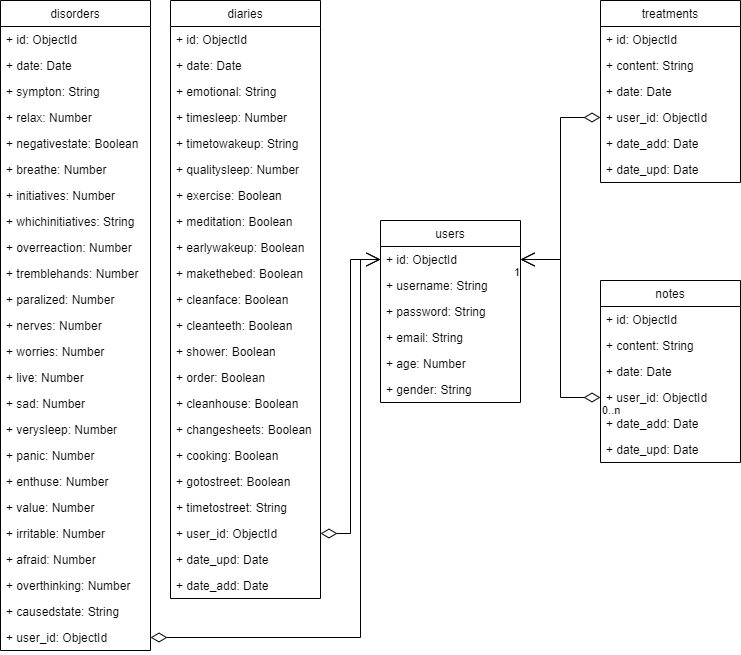
Above: staff/noelia-saura/fullstack/project/inmymind-doc/images/Data-model.png in manuelbarzi/neoland-bootcamp-202109 (draw.io), before the change. Source tidied: cells renumbered, new cells last; positions are measured from the earlier drawing's top-left corner, leaving out a move shared by most shapes. Its diagram source:
```xml
<mxGraphModel>
  <root>
    <mxCell id="0" />
    <mxCell id="1" parent="0" />
    <mxCell id="2" value="users" style="swimlane;fontStyle=0;horizontal=1;startSize=26;fillColor=none;" parent="1" vertex="1">
      <mxGeometry x="380" y="220" width="140" height="182" as="geometry" />
    </mxCell>
    <mxCell id="3" value="+ id: ObjectId" style="text;strokeColor=none;fillColor=none;align=left;verticalAlign=top;spacingLeft=4;spacingRight=4;overflow=hidden;points=[[0,0.5],[1,0.5]];portConstraint=eastwest;" parent="2" vertex="1">
      <mxGeometry y="26" width="140" height="26" as="geometry" />
    </mxCell>
    <mxCell id="4" value="+ username: String" style="text;strokeColor=none;fillColor=none;align=left;verticalAlign=top;spacingLeft=4;spacingRight=4;overflow=hidden;" parent="2" vertex="1">
      <mxGeometry y="52" width="140" height="26" as="geometry" />
    </mxCell>
    <mxCell id="5" value="+ password: String" style="text;strokeColor=none;fillColor=none;align=left;verticalAlign=top;spacingLeft=4;spacingRight=4;overflow=hidden;" parent="2" vertex="1">
      <mxGeometry y="78" width="140" height="26" as="geometry" />
    </mxCell>
    <mxCell id="6" value="+ email: String" style="text;strokeColor=none;fillColor=none;align=left;verticalAlign=top;spacingLeft=4;spacingRight=4;overflow=hidden;" parent="2" vertex="1">
      <mxGeometry y="104" width="140" height="26" as="geometry" />
    </mxCell>
    <mxCell id="7" value="+ age: Number" style="text;strokeColor=none;fillColor=none;align=left;verticalAlign=top;spacingLeft=4;spacingRight=4;overflow=hidden;" parent="2" vertex="1">
      <mxGeometry y="130" width="140" height="26" as="geometry" />
    </mxCell>
    <mxCell id="8" value="+ gender: String" style="text;strokeColor=none;fillColor=none;align=left;verticalAlign=top;spacingLeft=4;spacingRight=4;overflow=hidden;" parent="2" vertex="1">
      <mxGeometry y="156" width="140" height="26" as="geometry" />
    </mxCell>
    <mxCell id="9" value="treatments" style="swimlane;fontStyle=0;horizontal=1;startSize=26;fillColor=none;" parent="1" vertex="1">
      <mxGeometry x="600" width="140" height="182" as="geometry" />
    </mxCell>
    <mxCell id="10" value="+ id: ObjectId" style="text;strokeColor=none;fillColor=none;align=left;verticalAlign=top;spacingLeft=4;spacingRight=4;overflow=hidden;" parent="9" vertex="1">
      <mxGeometry y="26" width="140" height="26" as="geometry" />
    </mxCell>
    <mxCell id="11" value="+ content: String" style="text;strokeColor=none;fillColor=none;align=left;verticalAlign=top;spacingLeft=4;spacingRight=4;overflow=hidden;" parent="9" vertex="1">
      <mxGeometry y="52" width="140" height="26" as="geometry" />
    </mxCell>
    <mxCell id="12" value="+ date: Date" style="text;strokeColor=none;fillColor=none;align=left;verticalAlign=top;spacingLeft=4;spacingRight=4;overflow=hidden;" parent="9" vertex="1">
      <mxGeometry y="78" width="140" height="26" as="geometry" />
    </mxCell>
    <mxCell id="13" value="+ user_id: ObjectId" style="text;strokeColor=none;fillColor=none;align=left;verticalAlign=top;spacingLeft=4;spacingRight=4;overflow=hidden;points=[[0,0.5],[1,0.5]];portConstraint=eastwest;" parent="9" vertex="1">
      <mxGeometry y="104" width="140" height="26" as="geometry" />
    </mxCell>
    <mxCell id="14" value="+ date_add: Date" style="text;strokeColor=none;fillColor=none;align=left;verticalAlign=top;spacingLeft=4;spacingRight=4;overflow=hidden;" parent="9" vertex="1">
      <mxGeometry y="130" width="140" height="26" as="geometry" />
    </mxCell>
    <mxCell id="15" value="+ date_upd: Date" style="text;strokeColor=none;fillColor=none;align=left;verticalAlign=top;spacingLeft=4;spacingRight=4;overflow=hidden;" parent="9" vertex="1">
      <mxGeometry y="156" width="140" height="26" as="geometry" />
    </mxCell>
    <mxCell id="16" value="notes" style="swimlane;fontStyle=0;horizontal=1;startSize=26;fillColor=none;" parent="1" vertex="1">
      <mxGeometry x="600" y="280" width="140" height="182" as="geometry" />
    </mxCell>
    <mxCell id="17" value="+ id: ObjectId" style="text;strokeColor=none;fillColor=none;align=left;verticalAlign=top;spacingLeft=4;spacingRight=4;overflow=hidden;" parent="16" vertex="1">
      <mxGeometry y="26" width="140" height="26" as="geometry" />
    </mxCell>
    <mxCell id="18" value="+ content: String" style="text;strokeColor=none;fillColor=none;align=left;verticalAlign=top;spacingLeft=4;spacingRight=4;overflow=hidden;" parent="16" vertex="1">
      <mxGeometry y="52" width="140" height="26" as="geometry" />
    </mxCell>
    <mxCell id="19" value="+ date: Date" style="text;strokeColor=none;fillColor=none;align=left;verticalAlign=top;spacingLeft=4;spacingRight=4;overflow=hidden;" parent="16" vertex="1">
      <mxGeometry y="78" width="140" height="26" as="geometry" />
    </mxCell>
    <mxCell id="20" value="+ user_id: ObjectId" style="text;strokeColor=none;fillColor=none;align=left;verticalAlign=top;spacingLeft=4;spacingRight=4;overflow=hidden;points=[[0,0.5],[1,0.5]];portConstraint=eastwest;" parent="16" vertex="1">
      <mxGeometry y="104" width="140" height="26" as="geometry" />
    </mxCell>
    <mxCell id="21" value="+ date_add: Date" style="text;strokeColor=none;fillColor=none;align=left;verticalAlign=top;spacingLeft=4;spacingRight=4;overflow=hidden;" parent="16" vertex="1">
      <mxGeometry y="130" width="140" height="26" as="geometry" />
    </mxCell>
    <mxCell id="22" value="+ date_upd: Date" style="text;strokeColor=none;fillColor=none;align=left;verticalAlign=top;spacingLeft=4;spacingRight=4;overflow=hidden;" parent="16" vertex="1">
      <mxGeometry y="156" width="140" height="26" as="geometry" />
    </mxCell>
    <mxCell id="23" value="diaries" style="swimlane;fontStyle=0;horizontal=1;startSize=26;fillColor=none;" parent="1" vertex="1">
      <mxGeometry x="170" width="150" height="598" as="geometry" />
    </mxCell>
    <mxCell id="24" value="+ id: ObjectId" style="text;strokeColor=none;fillColor=none;align=left;verticalAlign=top;spacingLeft=4;spacingRight=4;overflow=hidden;" parent="23" vertex="1">
      <mxGeometry y="26" width="150" height="26" as="geometry" />
    </mxCell>
    <mxCell id="25" value="+ date: Date" style="text;strokeColor=none;fillColor=none;align=left;verticalAlign=top;spacingLeft=4;spacingRight=4;overflow=hidden;" parent="23" vertex="1">
      <mxGeometry y="52" width="150" height="26" as="geometry" />
    </mxCell>
    <mxCell id="26" value="+ emotional: String" style="text;strokeColor=none;fillColor=none;align=left;verticalAlign=top;spacingLeft=4;spacingRight=4;overflow=hidden;" parent="23" vertex="1">
      <mxGeometry y="78" width="150" height="26" as="geometry" />
    </mxCell>
    <mxCell id="27" value="+ timesleep: Number" style="text;strokeColor=none;fillColor=none;align=left;verticalAlign=top;spacingLeft=4;spacingRight=4;overflow=hidden;" parent="23" vertex="1">
      <mxGeometry y="104" width="150" height="26" as="geometry" />
    </mxCell>
    <mxCell id="28" value="+ timetowakeup: String" style="text;strokeColor=none;fillColor=none;align=left;verticalAlign=top;spacingLeft=4;spacingRight=4;overflow=hidden;" parent="23" vertex="1">
      <mxGeometry y="130" width="150" height="26" as="geometry" />
    </mxCell>
    <mxCell id="29" value="+ qualitysleep: Number" style="text;strokeColor=none;fillColor=none;align=left;verticalAlign=top;spacingLeft=4;spacingRight=4;overflow=hidden;" parent="23" vertex="1">
      <mxGeometry y="156" width="150" height="26" as="geometry" />
    </mxCell>
    <mxCell id="30" value="+ exercise: Boolean" style="text;strokeColor=none;fillColor=none;align=left;verticalAlign=top;spacingLeft=4;spacingRight=4;overflow=hidden;" parent="23" vertex="1">
      <mxGeometry y="182" width="150" height="26" as="geometry" />
    </mxCell>
    <mxCell id="31" value="+ meditation: Boolean" style="text;strokeColor=none;fillColor=none;align=left;verticalAlign=top;spacingLeft=4;spacingRight=4;overflow=hidden;" parent="23" vertex="1">
      <mxGeometry y="208" width="150" height="26" as="geometry" />
    </mxCell>
    <mxCell id="32" value="+ earlywakeup: Boolean" style="text;strokeColor=none;fillColor=none;align=left;verticalAlign=top;spacingLeft=4;spacingRight=4;overflow=hidden;" parent="23" vertex="1">
      <mxGeometry y="234" width="150" height="26" as="geometry" />
    </mxCell>
    <mxCell id="33" value="+ makethebed: Boolean" style="text;strokeColor=none;fillColor=none;align=left;verticalAlign=top;spacingLeft=4;spacingRight=4;overflow=hidden;" parent="23" vertex="1">
      <mxGeometry y="260" width="150" height="26" as="geometry" />
    </mxCell>
    <mxCell id="34" value="+ cleanface: Boolean" style="text;strokeColor=none;fillColor=none;align=left;verticalAlign=top;spacingLeft=4;spacingRight=4;overflow=hidden;" parent="23" vertex="1">
      <mxGeometry y="286" width="150" height="26" as="geometry" />
    </mxCell>
    <mxCell id="35" value="+ cleanteeth: Boolean" style="text;strokeColor=none;fillColor=none;align=left;verticalAlign=top;spacingLeft=4;spacingRight=4;overflow=hidden;" parent="23" vertex="1">
      <mxGeometry y="312" width="150" height="26" as="geometry" />
    </mxCell>
    <mxCell id="36" value="+ shower: Boolean" style="text;strokeColor=none;fillColor=none;align=left;verticalAlign=top;spacingLeft=4;spacingRight=4;overflow=hidden;" parent="23" vertex="1">
      <mxGeometry y="338" width="150" height="26" as="geometry" />
    </mxCell>
    <mxCell id="37" value="+ order: Boolean" style="text;strokeColor=none;fillColor=none;align=left;verticalAlign=top;spacingLeft=4;spacingRight=4;overflow=hidden;" parent="23" vertex="1">
      <mxGeometry y="364" width="150" height="26" as="geometry" />
    </mxCell>
    <mxCell id="38" value="+ cleanhouse: Boolean" style="text;strokeColor=none;fillColor=none;align=left;verticalAlign=top;spacingLeft=4;spacingRight=4;overflow=hidden;" parent="23" vertex="1">
      <mxGeometry y="390" width="150" height="26" as="geometry" />
    </mxCell>
    <mxCell id="39" value="+ changesheets: Boolean" style="text;strokeColor=none;fillColor=none;align=left;verticalAlign=top;spacingLeft=4;spacingRight=4;overflow=hidden;" parent="23" vertex="1">
      <mxGeometry y="416" width="150" height="26" as="geometry" />
    </mxCell>
    <mxCell id="40" value="+ cooking: Boolean" style="text;strokeColor=none;fillColor=none;align=left;verticalAlign=top;spacingLeft=4;spacingRight=4;overflow=hidden;" parent="23" vertex="1">
      <mxGeometry y="442" width="150" height="26" as="geometry" />
    </mxCell>
    <mxCell id="41" value="+ gotostreet: Boolean" style="text;strokeColor=none;fillColor=none;align=left;verticalAlign=top;spacingLeft=4;spacingRight=4;overflow=hidden;" parent="23" vertex="1">
      <mxGeometry y="468" width="150" height="26" as="geometry" />
    </mxCell>
    <mxCell id="42" value="+ timetostreet: String" style="text;strokeColor=none;fillColor=none;align=left;verticalAlign=top;spacingLeft=4;spacingRight=4;overflow=hidden;" parent="23" vertex="1">
      <mxGeometry y="494" width="150" height="26" as="geometry" />
    </mxCell>
    <mxCell id="43" value="+ user_id: ObjectId" style="text;strokeColor=none;fillColor=none;align=left;verticalAlign=top;spacingLeft=4;spacingRight=4;overflow=hidden;points=[[0,0.5],[1,0.5]];portConstraint=eastwest;" parent="23" vertex="1">
      <mxGeometry y="520" width="150" height="26" as="geometry" />
    </mxCell>
    <mxCell id="44" value="+ date_upd: Date" style="text;strokeColor=none;fillColor=none;align=left;verticalAlign=top;spacingLeft=4;spacingRight=4;overflow=hidden;" parent="23" vertex="1">
      <mxGeometry y="546" width="150" height="26" as="geometry" />
    </mxCell>
    <mxCell id="45" value="+ date_add: Date" style="text;strokeColor=none;fillColor=none;align=left;verticalAlign=top;spacingLeft=4;spacingRight=4;overflow=hidden;" parent="23" vertex="1">
      <mxGeometry y="572" width="150" height="26" as="geometry" />
    </mxCell>
    <mxCell id="46" style="endArrow=open;html=1;endSize=12;startArrow=diamondThin;startSize=14;startFill=0;edgeStyle=orthogonalEdgeStyle;rounded=0;" parent="1" edge="1" source="43" target="3">
      <mxGeometry relative="1" as="geometry" />
    </mxCell>
    <mxCell id="47" style="endArrow=open;html=1;endSize=12;startArrow=diamondThin;startSize=14;startFill=0;edgeStyle=orthogonalEdgeStyle;rounded=0;" parent="1" edge="1" source="20" target="3">
      <mxGeometry x="-0.01" y="22" relative="1" as="geometry" />
    </mxCell>
    <mxCell id="48" value="0..n" style="edgeLabel;html=1;align=left;verticalAlign=top;" parent="47" vertex="1">
      <mxGeometry x="-1" relative="1" as="geometry" />
    </mxCell>
    <mxCell id="49" value="1" style="edgeLabel;html=1;align=right;verticalAlign=top;" parent="47" vertex="1">
      <mxGeometry x="1" relative="1" as="geometry" />
    </mxCell>
    <mxCell id="50" style="endArrow=open;html=1;endSize=12;startArrow=diamondThin;startSize=14;startFill=0;edgeStyle=orthogonalEdgeStyle;rounded=0;" parent="1" edge="1" source="13" target="3">
      <mxGeometry relative="1" as="geometry" />
    </mxCell>
    <mxCell id="51" value="disorders" style="swimlane;fontStyle=0;horizontal=1;startSize=26;fillColor=none;" parent="1" vertex="1">
      <mxGeometry width="150" height="650" as="geometry" />
    </mxCell>
    <mxCell id="52" value="+ id: ObjectId" style="text;strokeColor=none;fillColor=none;align=left;verticalAlign=top;spacingLeft=4;spacingRight=4;overflow=hidden;" parent="51" vertex="1">
      <mxGeometry y="26" width="150" height="26" as="geometry" />
    </mxCell>
    <mxCell id="53" value="+ date: Date" style="text;strokeColor=none;fillColor=none;align=left;verticalAlign=top;spacingLeft=4;spacingRight=4;overflow=hidden;" parent="51" vertex="1">
      <mxGeometry y="52" width="150" height="26" as="geometry" />
    </mxCell>
    <mxCell id="54" value="+ sympton: String" style="text;strokeColor=none;fillColor=none;align=left;verticalAlign=top;spacingLeft=4;spacingRight=4;overflow=hidden;" parent="51" vertex="1">
      <mxGeometry y="78" width="150" height="26" as="geometry" />
    </mxCell>
    <mxCell id="55" value="+ relax: Number" style="text;strokeColor=none;fillColor=none;align=left;verticalAlign=top;spacingLeft=4;spacingRight=4;overflow=hidden;" parent="51" vertex="1">
      <mxGeometry y="104" width="150" height="26" as="geometry" />
    </mxCell>
    <mxCell id="56" value="+ negativestate: Boolean" style="text;strokeColor=none;fillColor=none;align=left;verticalAlign=top;spacingLeft=4;spacingRight=4;overflow=hidden;" parent="51" vertex="1">
      <mxGeometry y="130" width="150" height="26" as="geometry" />
    </mxCell>
    <mxCell id="57" value="+ breathe: Number" style="text;strokeColor=none;fillColor=none;align=left;verticalAlign=top;spacingLeft=4;spacingRight=4;overflow=hidden;" parent="51" vertex="1">
      <mxGeometry y="156" width="150" height="26" as="geometry" />
    </mxCell>
    <mxCell id="58" value="+ initiatives: Number" style="text;strokeColor=none;fillColor=none;align=left;verticalAlign=top;spacingLeft=4;spacingRight=4;overflow=hidden;" parent="51" vertex="1">
      <mxGeometry y="182" width="150" height="26" as="geometry" />
    </mxCell>
    <mxCell id="59" value="+ whichinitiatives: String" style="text;strokeColor=none;fillColor=none;align=left;verticalAlign=top;spacingLeft=4;spacingRight=4;overflow=hidden;" parent="51" vertex="1">
      <mxGeometry y="208" width="150" height="26" as="geometry" />
    </mxCell>
    <mxCell id="60" value="+ overreaction: Number" style="text;strokeColor=none;fillColor=none;align=left;verticalAlign=top;spacingLeft=4;spacingRight=4;overflow=hidden;" parent="51" vertex="1">
      <mxGeometry y="234" width="150" height="26" as="geometry" />
    </mxCell>
    <mxCell id="61" value="+ tremblehands: Number" style="text;strokeColor=none;fillColor=none;align=left;verticalAlign=top;spacingLeft=4;spacingRight=4;overflow=hidden;" parent="51" vertex="1">
      <mxGeometry y="260" width="150" height="26" as="geometry" />
    </mxCell>
    <mxCell id="62" value="+ paralized: Number" style="text;strokeColor=none;fillColor=none;align=left;verticalAlign=top;spacingLeft=4;spacingRight=4;overflow=hidden;" parent="51" vertex="1">
      <mxGeometry y="286" width="150" height="26" as="geometry" />
    </mxCell>
    <mxCell id="63" value="+ nerves: Number" style="text;strokeColor=none;fillColor=none;align=left;verticalAlign=top;spacingLeft=4;spacingRight=4;overflow=hidden;" parent="51" vertex="1">
      <mxGeometry y="312" width="150" height="26" as="geometry" />
    </mxCell>
    <mxCell id="64" value="+ worries: Number" style="text;strokeColor=none;fillColor=none;align=left;verticalAlign=top;spacingLeft=4;spacingRight=4;overflow=hidden;" parent="51" vertex="1">
      <mxGeometry y="338" width="150" height="26" as="geometry" />
    </mxCell>
    <mxCell id="65" value="+ live: Number" style="text;strokeColor=none;fillColor=none;align=left;verticalAlign=top;spacingLeft=4;spacingRight=4;overflow=hidden;" parent="51" vertex="1">
      <mxGeometry y="364" width="150" height="26" as="geometry" />
    </mxCell>
    <mxCell id="66" value="+ sad: Number" style="text;strokeColor=none;fillColor=none;align=left;verticalAlign=top;spacingLeft=4;spacingRight=4;overflow=hidden;" parent="51" vertex="1">
      <mxGeometry y="390" width="150" height="26" as="geometry" />
    </mxCell>
    <mxCell id="67" value="+ verysleep: Number" style="text;strokeColor=none;fillColor=none;align=left;verticalAlign=top;spacingLeft=4;spacingRight=4;overflow=hidden;" parent="51" vertex="1">
      <mxGeometry y="416" width="150" height="26" as="geometry" />
    </mxCell>
    <mxCell id="68" value="+ panic: Number" style="text;strokeColor=none;fillColor=none;align=left;verticalAlign=top;spacingLeft=4;spacingRight=4;overflow=hidden;" parent="51" vertex="1">
      <mxGeometry y="442" width="150" height="26" as="geometry" />
    </mxCell>
    <mxCell id="69" value="+ enthuse: Number" style="text;strokeColor=none;fillColor=none;align=left;verticalAlign=top;spacingLeft=4;spacingRight=4;overflow=hidden;" parent="51" vertex="1">
      <mxGeometry y="468" width="150" height="26" as="geometry" />
    </mxCell>
    <mxCell id="70" value="+ value: Number" style="text;strokeColor=none;fillColor=none;align=left;verticalAlign=top;spacingLeft=4;spacingRight=4;overflow=hidden;" parent="51" vertex="1">
      <mxGeometry y="494" width="150" height="26" as="geometry" />
    </mxCell>
    <mxCell id="71" value="+ irritable: Number" style="text;strokeColor=none;fillColor=none;align=left;verticalAlign=top;spacingLeft=4;spacingRight=4;overflow=hidden;" parent="51" vertex="1">
      <mxGeometry y="520" width="150" height="26" as="geometry" />
    </mxCell>
    <mxCell id="72" value="+ afraid: Number" style="text;strokeColor=none;fillColor=none;align=left;verticalAlign=top;spacingLeft=4;spacingRight=4;overflow=hidden;" parent="51" vertex="1">
      <mxGeometry y="546" width="150" height="26" as="geometry" />
    </mxCell>
    <mxCell id="73" value="+ overthinking: Number" style="text;strokeColor=none;fillColor=none;align=left;verticalAlign=top;spacingLeft=4;spacingRight=4;overflow=hidden;" parent="51" vertex="1">
      <mxGeometry y="572" width="150" height="26" as="geometry" />
    </mxCell>
    <mxCell id="74" value="+ causedstate: String" style="text;strokeColor=none;fillColor=none;align=left;verticalAlign=top;spacingLeft=4;spacingRight=4;overflow=hidden;" parent="51" vertex="1">
      <mxGeometry y="598" width="150" height="26" as="geometry" />
    </mxCell>
    <mxCell id="75" value="+ user_id: ObjectId" style="text;strokeColor=none;fillColor=none;align=left;verticalAlign=top;spacingLeft=4;spacingRight=4;overflow=hidden;points=[[0,0.5],[1,0.5]];portConstraint=eastwest;" parent="51" vertex="1">
      <mxGeometry y="624" width="150" height="26" as="geometry" />
    </mxCell>
    <mxCell id="76" style="endArrow=open;html=1;endSize=12;startArrow=diamondThin;startSize=14;startFill=0;edgeStyle=orthogonalEdgeStyle;rounded=0;" parent="1" edge="1" source="75" target="3">
      <mxGeometry relative="1" as="geometry">
        <Array as="points">
          <mxPoint x="360" y="637" />
          <mxPoint x="360" y="259" />
        </Array>
      </mxGeometry>
    </mxCell>
  </root>
</mxGraphModel>
```
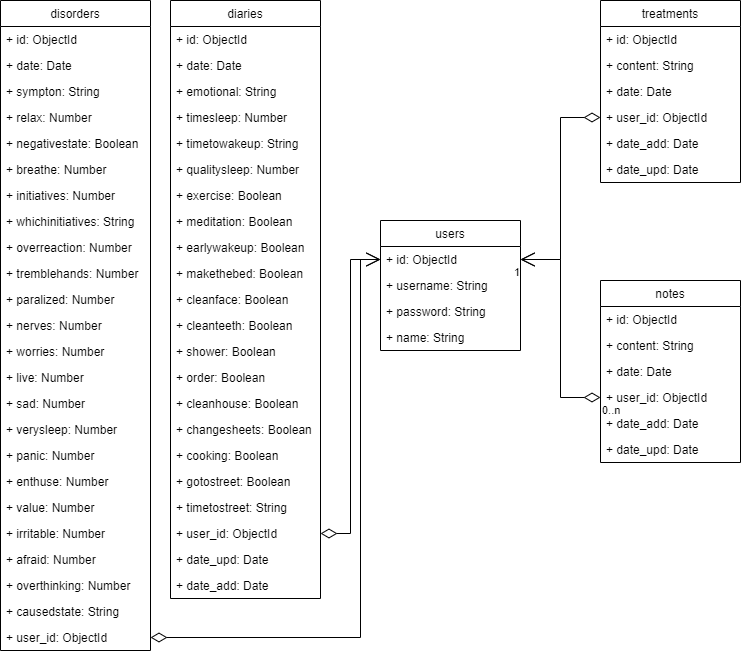
The same diagram one commit later.

What changed in the source:
```diff
@@ -3,7 +3,7 @@
     <mxCell id="0" />
     <mxCell id="1" parent="0" />
     <mxCell id="2" value="users" style="swimlane;fontStyle=0;horizontal=1;startSize=26;fillColor=none;" parent="1" vertex="1">
-      <mxGeometry x="380" y="220" width="140" height="182" as="geometry" />
+      <mxGeometry x="380" y="220" width="140" height="130" as="geometry" />
     </mxCell>
     <mxCell id="3" value="+ id: ObjectId" style="text;strokeColor=none;fillColor=none;align=left;verticalAlign=top;spacingLeft=4;spacingRight=4;overflow=hidden;points=[[0,0.5],[1,0.5]];portConstraint=eastwest;" parent="2" vertex="1">
       <mxGeometry y="26" width="140" height="26" as="geometry" />
@@ -14,15 +14,9 @@
     <mxCell id="5" value="+ password: String" style="text;strokeColor=none;fillColor=none;align=left;verticalAlign=top;spacingLeft=4;spacingRight=4;overflow=hidden;" parent="2" vertex="1">
       <mxGeometry y="78" width="140" height="26" as="geometry" />
     </mxCell>
-    <mxCell id="6" value="+ email: String" style="text;strokeColor=none;fillColor=none;align=left;verticalAlign=top;spacingLeft=4;spacingRight=4;overflow=hidden;" parent="2" vertex="1">
+    <mxCell id="6" value="+ name: String" style="text;strokeColor=none;fillColor=none;align=left;verticalAlign=top;spacingLeft=4;spacingRight=4;overflow=hidden;" parent="2" vertex="1">
       <mxGeometry y="104" width="140" height="26" as="geometry" />
     </mxCell>
-    <mxCell id="7" value="+ age: Number" style="text;strokeColor=none;fillColor=none;align=left;verticalAlign=top;spacingLeft=4;spacingRight=4;overflow=hidden;" parent="2" vertex="1">
-      <mxGeometry y="130" width="140" height="26" as="geometry" />
-    </mxCell>
-    <mxCell id="8" value="+ gender: String" style="text;strokeColor=none;fillColor=none;align=left;verticalAlign=top;spacingLeft=4;spacingRight=4;overflow=hidden;" parent="2" vertex="1">
-      <mxGeometry y="156" width="140" height="26" as="geometry" />
-    </mxCell>
     <mxCell id="9" value="treatments" style="swimlane;fontStyle=0;horizontal=1;startSize=26;fillColor=none;" parent="1" vertex="1">
       <mxGeometry x="600" width="140" height="182" as="geometry" />
     </mxCell>
```
